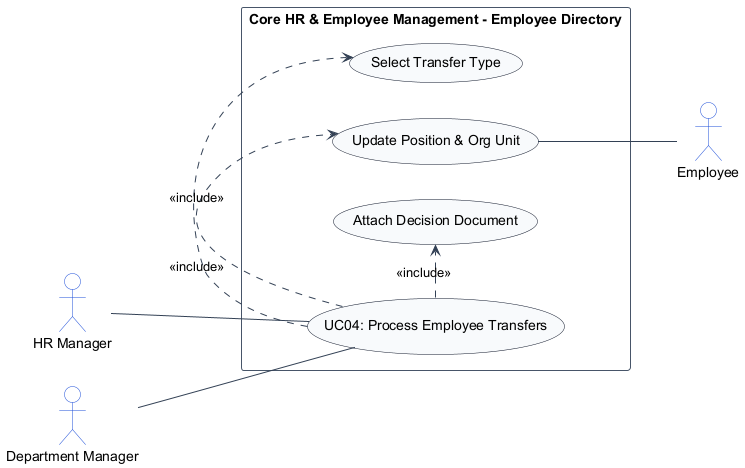
Before: usecase_images/UC04.png, a diagram exported from PlantUML (TamBui1706/HRPlatform).
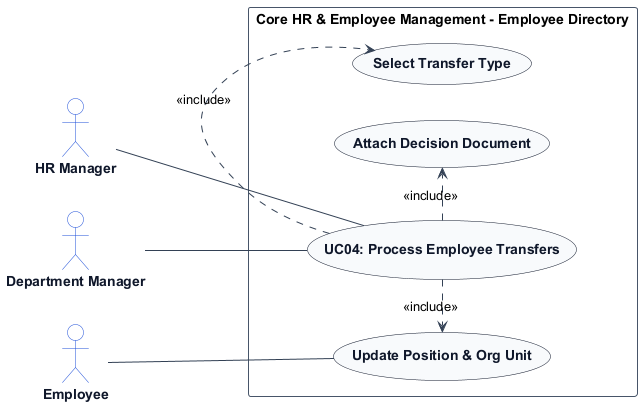
The same file after the commit.

The edit, as a diff of the source:
```diff
@@ -7,8 +7,14 @@
 skinparam ArrowColor #334155
 skinparam ActorBorderColor #1d4ed8
 skinparam ActorBackgroundColor #ffffff
+skinparam ActorFontColor #0f172a
+skinparam ActorFontStyle bold
+
 skinparam UsecaseBorderColor #0f172a
 skinparam UsecaseBackgroundColor #f8fafc
+skinparam UsecaseFontColor #0f172a
+skinparam UsecaseFontStyle bold
+
 skinparam RectangleBorderColor #475569
 skinparam RectangleBackgroundColor #ffffff
 
@@ -24,9 +30,9 @@
 
     HRManager -- UC_Main
     DepartmentManager -- UC_Main
+    Employee -- UC_UpdatePos
     UC_Main .> UC_Type : <<include>>
     UC_Main .> UC_UpdatePos : <<include>>
     UC_Main .> UC_Doc : <<include>>
-    UC_UpdatePos -- Employee
 }
 @enduml
```
